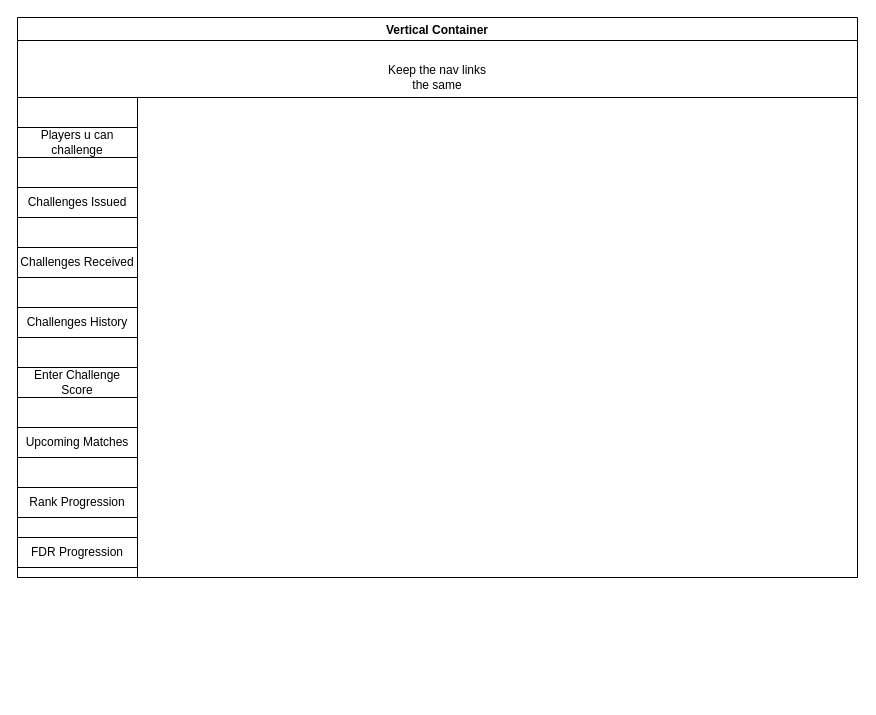
Before: page "player dashboard" (7 of 7) of Untitled Diagram.drawio in snair0410/cv, a draw.io diagram. Source tidied: cells renumbered, new cells numbered last; positions are measured from the earlier drawing's top-left corner, leaving out a move shared by most shapes. Both pictures are drawn from the tidied source at 100%, with x=0, y=0 at pixel (17, 17).
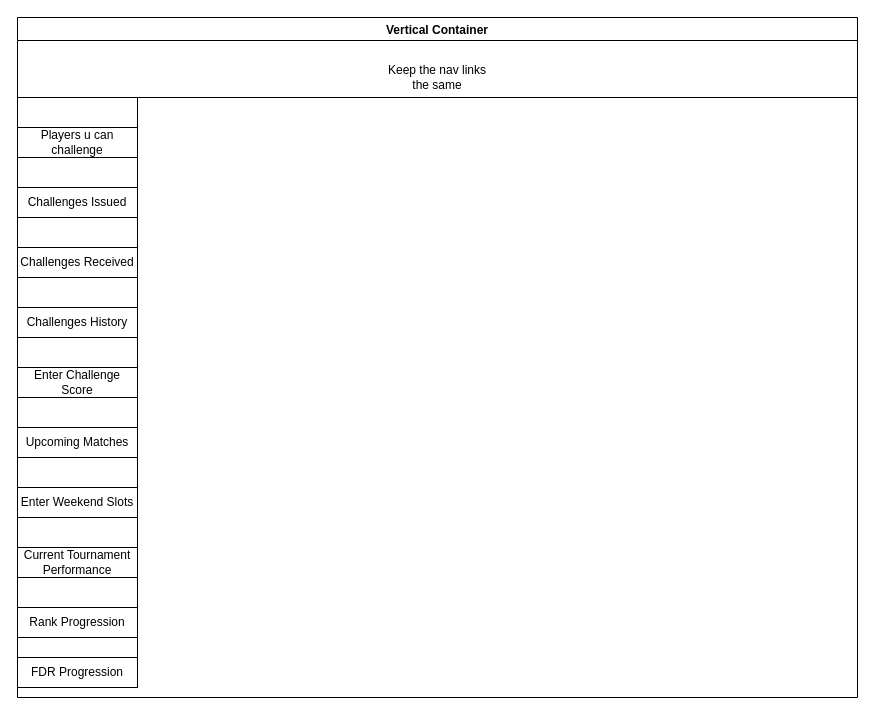
Above is the later version.

Diff of the diagram source:
```diff
@@
 <mxGraphModel>
   <root>
     <mxCell id="0" />
     <mxCell id="1" parent="0" />
     <mxCell id="2" value="Vertical Container" style="swimlane;" parent="1" vertex="1">
-      <mxGeometry width="840" height="560" as="geometry" />
+      <mxGeometry width="840" height="680" as="geometry" />
     </mxCell>
     <mxCell id="3" value="Keep the nav links the same" style="text;html=1;strokeColor=none;fillColor=none;align=center;verticalAlign=middle;whiteSpace=wrap;rounded=0;" parent="2" vertex="1">
       <mxGeometry x="360" y="50" width="120" height="20" as="geometry" />
     </mxCell>
     <mxCell id="4" value="Players u can challenge" style="rounded=0;whiteSpace=wrap;html=1;" parent="2" vertex="1">
       <mxGeometry y="110" width="120" height="30" as="geometry" />
     </mxCell>
     <mxCell id="5" value="Challenges Issued" style="rounded=0;whiteSpace=wrap;html=1;" parent="2" vertex="1">
       <mxGeometry y="170" width="120" height="30" as="geometry" />
     </mxCell>
     <mxCell id="6" value="Challenges Received" style="rounded=0;whiteSpace=wrap;html=1;" parent="2" vertex="1">
       <mxGeometry y="230" width="120" height="30" as="geometry" />
     </mxCell>
     <mxCell id="7" value="Challenges History" style="rounded=0;whiteSpace=wrap;html=1;" parent="2" vertex="1">
       <mxGeometry y="290" width="120" height="30" as="geometry" />
     </mxCell>
     <mxCell id="8" value="Enter Challenge Score" style="rounded=0;whiteSpace=wrap;html=1;" parent="2" vertex="1">
       <mxGeometry y="350" width="120" height="30" as="geometry" />
     </mxCell>
     <mxCell id="9" value="FDR Progression" style="rounded=0;whiteSpace=wrap;html=1;" parent="2" vertex="1">
-      <mxGeometry y="520" width="120" height="30" as="geometry" />
+      <mxGeometry y="640" width="120" height="30" as="geometry" />
     </mxCell>
+    <mxCell id="14" value="Enter Weekend Slots" style="rounded=0;whiteSpace=wrap;html=1;" parent="2" vertex="1">
+      <mxGeometry y="470" width="120" height="30" as="geometry" />
+    </mxCell>
+    <mxCell id="13" value="Rank Progression" style="rounded=0;whiteSpace=wrap;html=1;" parent="2" vertex="1">
+      <mxGeometry y="590" width="120" height="30" as="geometry" />
+    </mxCell>
+    <mxCell id="15" value="Current Tournament Performance" style="rounded=0;whiteSpace=wrap;html=1;" parent="2" vertex="1">
+      <mxGeometry y="530" width="120" height="30" as="geometry" />
+    </mxCell>
     <mxCell id="10" style="endArrow=none;html=1;" parent="1" edge="1">
       <mxGeometry relative="1" as="geometry">
         <mxPoint y="80" as="sourcePoint" />
         <mxPoint x="840" y="80" as="targetPoint" />
       </mxGeometry>
     </mxCell>
     <mxCell id="11" style="endArrow=none;html=1;" parent="1" edge="1">
       <mxGeometry relative="1" as="geometry">
-        <mxPoint x="120" y="560" as="sourcePoint" />
+        <mxPoint x="120" y="670" as="sourcePoint" />
         <mxPoint x="120" y="80" as="targetPoint" />
       </mxGeometry>
     </mxCell>
     <mxCell id="12" value="Upcoming Matches" style="rounded=0;whiteSpace=wrap;html=1;" parent="1" vertex="1">
       <mxGeometry y="410" width="120" height="30" as="geometry" />
     </mxCell>
-    <mxCell id="13" value="Rank Progression" style="rounded=0;whiteSpace=wrap;html=1;" parent="1" vertex="1">
-      <mxGeometry y="470" width="120" height="30" as="geometry" />
-    </mxCell>
   </root>
 </mxGraphModel>
```
